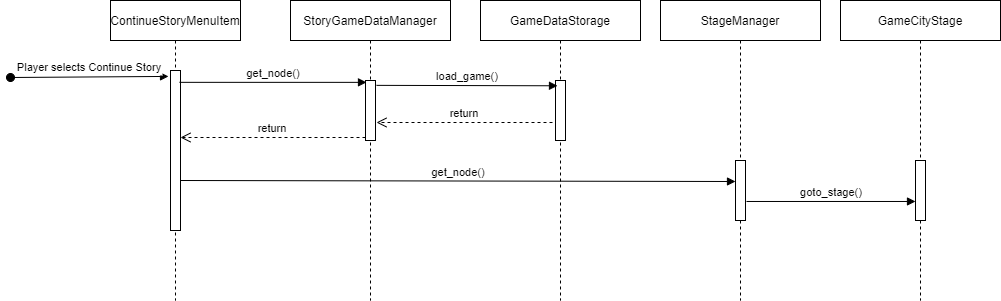
Above: docs/images/main_menu_continue_story_sequence.png in gaudeon/interstice_fall_of_atlas (draw.io), before the change. Source tidied: cells renumbered, new cells last; positions are measured from the earlier drawing's top-left corner, leaving out a move shared by most shapes.
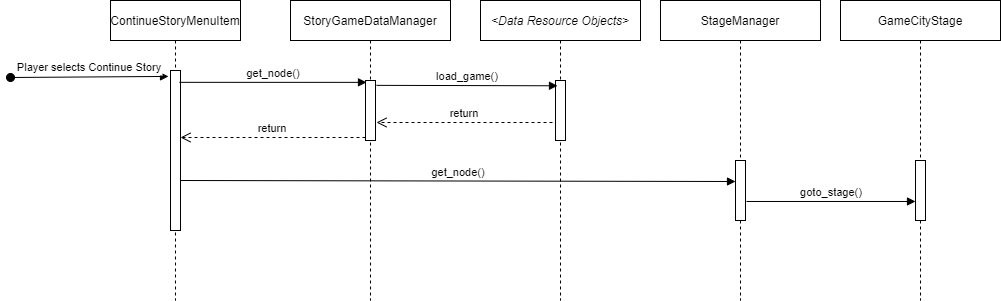
The same diagram one commit later.

Commit message:
added basic options and statistics sequence diagrams

The edit, as a diff of the source:
```diff
@@ -25,7 +25,7 @@
     <mxCell id="8" value="get_node()" style="verticalAlign=bottom;endArrow=block;shadow=0;strokeWidth=1;exitX=0.9;exitY=0.074;exitDx=0;exitDy=0;exitPerimeter=0;entryX=0.1;entryY=0.031;entryDx=0;entryDy=0;entryPerimeter=0;" parent="1" edge="1" source="3" target="6">
       <mxGeometry relative="1" as="geometry" />
     </mxCell>
-    <mxCell id="9" value="GameDataStorage" style="shape=umlLifeline;perimeter=lifelinePerimeter;rounded=0;shadow=0;strokeWidth=1;" parent="1" vertex="1">
+    <mxCell id="9" value="&lt;Data Resource Objects&gt;" style="shape=umlLifeline;perimeter=lifelinePerimeter;rounded=0;shadow=0;strokeWidth=1;fontStyle=2;" parent="1" vertex="1">
       <mxGeometry x="470" width="160" height="300" as="geometry" />
     </mxCell>
     <mxCell id="10" style="points=[];perimeter=orthogonalPerimeter;rounded=0;shadow=0;strokeWidth=1;" parent="9" vertex="1">
```
